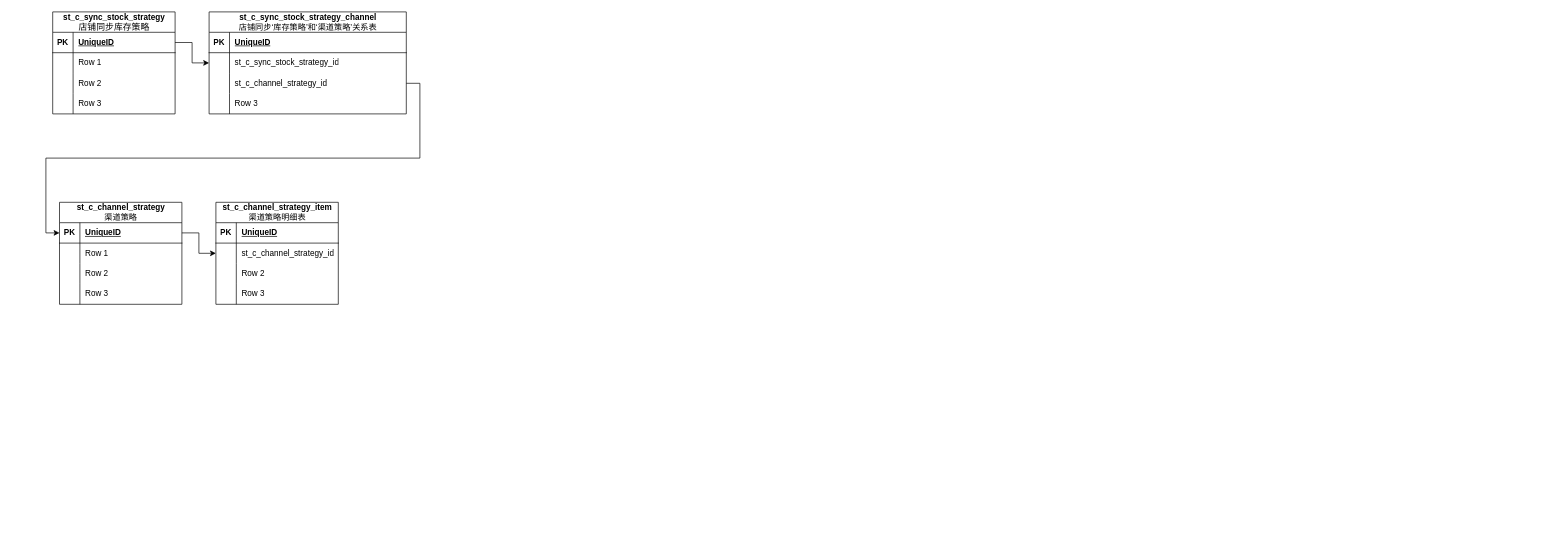
This is VF/VMID/shop-sync-stock-channel-strategy.drawio from yeahsyoung/diagram, a draw.io file, before an edit. Source tidied: cells renumbered, new cells numbered last; positions are measured from the earlier drawing's top-left corner, leaving out a move shared by most shapes. Both pictures are drawn from the tidied source at 68%, with x=0, y=0 at pixel (52, 12).
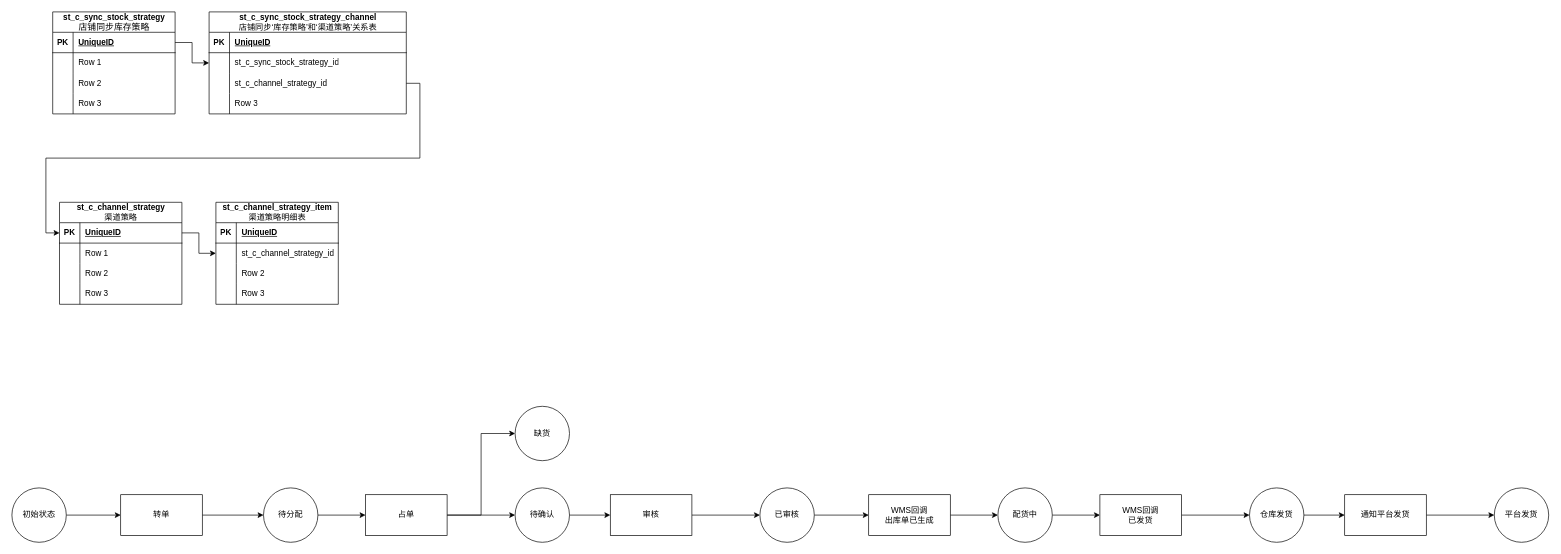
After the change.

What changed in the source:
```diff
@@
+    <mxCell id="57" style="edgeStyle=orthogonalEdgeStyle;rounded=0;jettySize=auto;html=1;exitX=1;exitY=0.5;exitDx=0;exitDy=0;entryX=0;entryY=0.5;entryDx=0;entryDy=0;" parent="1" edge="1" source="58" target="62">
+      <mxGeometry relative="1" as="geometry" />
+    </mxCell>
+    <mxCell id="58" value="转单" style="rounded=0;whiteSpace=wrap;html=1;" parent="1" vertex="1">
+      <mxGeometry x="100" y="710" width="120" height="60" as="geometry" />
+    </mxCell>
+    <mxCell id="59" style="edgeStyle=orthogonalEdgeStyle;rounded=0;jettySize=auto;html=1;" parent="1" edge="1" source="60" target="58">
+      <mxGeometry relative="1" as="geometry" />
+    </mxCell>
+    <mxCell id="60" value="初始状态" style="ellipse;whiteSpace=wrap;html=1;" parent="1" vertex="1">
+      <mxGeometry x="-60" y="700" width="80" height="80" as="geometry" />
+    </mxCell>
+    <mxCell id="61" style="edgeStyle=orthogonalEdgeStyle;rounded=0;jettySize=auto;html=1;" parent="1" edge="1" source="62" target="65">
+      <mxGeometry relative="1" as="geometry" />
+    </mxCell>
+    <mxCell id="62" value="待分配" style="ellipse;whiteSpace=wrap;html=1;" parent="1" vertex="1">
+      <mxGeometry x="310" y="700" width="80" height="80" as="geometry" />
+    </mxCell>
+    <mxCell id="63" style="edgeStyle=orthogonalEdgeStyle;rounded=0;jettySize=auto;html=1;" parent="1" edge="1" source="65" target="67">
+      <mxGeometry relative="1" as="geometry" />
+    </mxCell>
+    <mxCell id="64" style="edgeStyle=orthogonalEdgeStyle;rounded=0;jettySize=auto;html=1;exitX=1;exitY=0.5;exitDx=0;exitDy=0;entryX=0;entryY=0.5;entryDx=0;entryDy=0;" parent="1" edge="1" source="65" target="70">
+      <mxGeometry relative="1" as="geometry" />
+    </mxCell>
+    <mxCell id="65" value="占单" style="whiteSpace=wrap;html=1;" parent="1" vertex="1">
+      <mxGeometry x="460" y="710" width="120" height="60" as="geometry" />
+    </mxCell>
+    <mxCell id="66" style="edgeStyle=orthogonalEdgeStyle;rounded=0;jettySize=auto;html=1;" parent="1" edge="1" source="67" target="69">
+      <mxGeometry relative="1" as="geometry" />
+    </mxCell>
+    <mxCell id="67" value="待确认" style="ellipse;whiteSpace=wrap;html=1;" parent="1" vertex="1">
+      <mxGeometry x="680" y="700" width="80" height="80" as="geometry" />
+    </mxCell>
+    <mxCell id="68" style="edgeStyle=orthogonalEdgeStyle;rounded=0;jettySize=auto;html=1;" parent="1" edge="1" source="69" target="72">
+      <mxGeometry relative="1" as="geometry" />
+    </mxCell>
+    <mxCell id="69" value="审核" style="whiteSpace=wrap;html=1;" parent="1" vertex="1">
+      <mxGeometry x="820" y="710" width="120" height="60" as="geometry" />
+    </mxCell>
+    <mxCell id="70" value="缺货" style="ellipse;whiteSpace=wrap;html=1;" parent="1" vertex="1">
+      <mxGeometry x="680" y="580" width="80" height="80" as="geometry" />
+    </mxCell>
+    <mxCell id="71" style="edgeStyle=orthogonalEdgeStyle;rounded=0;jettySize=auto;html=1;" parent="1" edge="1" source="72" target="74">
+      <mxGeometry relative="1" as="geometry" />
+    </mxCell>
+    <mxCell id="72" value="已审核" style="ellipse;whiteSpace=wrap;html=1;" parent="1" vertex="1">
+      <mxGeometry x="1040" y="700" width="80" height="80" as="geometry" />
+    </mxCell>
+    <mxCell id="73" style="edgeStyle=orthogonalEdgeStyle;rounded=0;jettySize=auto;html=1;" parent="1" edge="1" source="74" target="76">
+      <mxGeometry relative="1" as="geometry" />
+    </mxCell>
+    <mxCell id="74" value="WMS回调&lt;br&gt;出库单已生成" style="whiteSpace=wrap;html=1;" parent="1" vertex="1">
+      <mxGeometry x="1200" y="710" width="120" height="60" as="geometry" />
+    </mxCell>
+    <mxCell id="75" style="edgeStyle=orthogonalEdgeStyle;rounded=0;jettySize=auto;html=1;" parent="1" edge="1" source="76" target="78">
+      <mxGeometry relative="1" as="geometry" />
+    </mxCell>
+    <mxCell id="76" value="配货中" style="ellipse;whiteSpace=wrap;html=1;" parent="1" vertex="1">
+      <mxGeometry x="1390" y="700" width="80" height="80" as="geometry" />
+    </mxCell>
+    <mxCell id="77" style="edgeStyle=orthogonalEdgeStyle;rounded=0;jettySize=auto;html=1;" parent="1" edge="1" source="78" target="80">
+      <mxGeometry relative="1" as="geometry" />
+    </mxCell>
+    <mxCell id="78" value="WMS回调&lt;br&gt;已发货" style="whiteSpace=wrap;html=1;" parent="1" vertex="1">
+      <mxGeometry x="1540" y="710" width="120" height="60" as="geometry" />
+    </mxCell>
+    <mxCell id="79" style="edgeStyle=orthogonalEdgeStyle;rounded=0;jettySize=auto;html=1;" parent="1" edge="1" source="80" target="82">
+      <mxGeometry relative="1" as="geometry" />
+    </mxCell>
+    <mxCell id="80" value="仓库发货" style="ellipse;whiteSpace=wrap;html=1;" parent="1" vertex="1">
+      <mxGeometry x="1760" y="700" width="80" height="80" as="geometry" />
+    </mxCell>
+    <mxCell id="81" style="edgeStyle=orthogonalEdgeStyle;rounded=0;jettySize=auto;html=1;" parent="1" edge="1" source="82" target="83">
+      <mxGeometry relative="1" as="geometry" />
+    </mxCell>
+    <mxCell id="82" value="通知平台发货" style="whiteSpace=wrap;html=1;" parent="1" vertex="1">
+      <mxGeometry x="1900" y="710" width="120" height="60" as="geometry" />
+    </mxCell>
+    <mxCell id="83" value="平台发货" style="ellipse;whiteSpace=wrap;html=1;" parent="1" vertex="1">
+      <mxGeometry x="2120" y="700" width="80" height="80" as="geometry" />
+    </mxCell>
```
